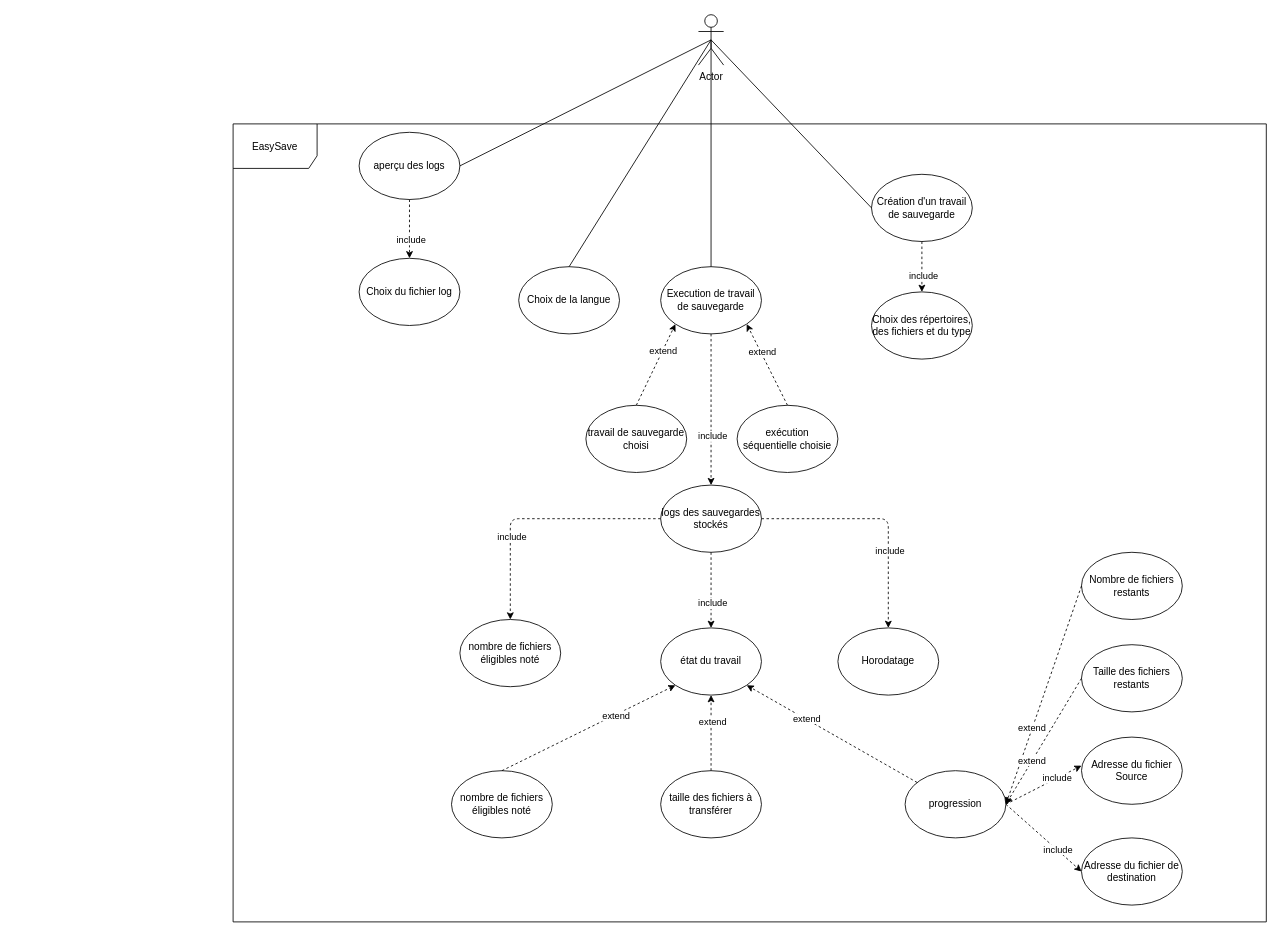
Before: Livrable 1/Use_Case_Diagram.drawio in AxokGit/ProgrammationSystemeG1, a draw.io diagram. Source tidied: cells renumbered, new cells numbered last; positions are measured from the earlier drawing's top-left corner, leaving out a move shared by most shapes. Both pictures are drawn from the tidied source at 84%, with x=0, y=0 at pixel (233, 14).
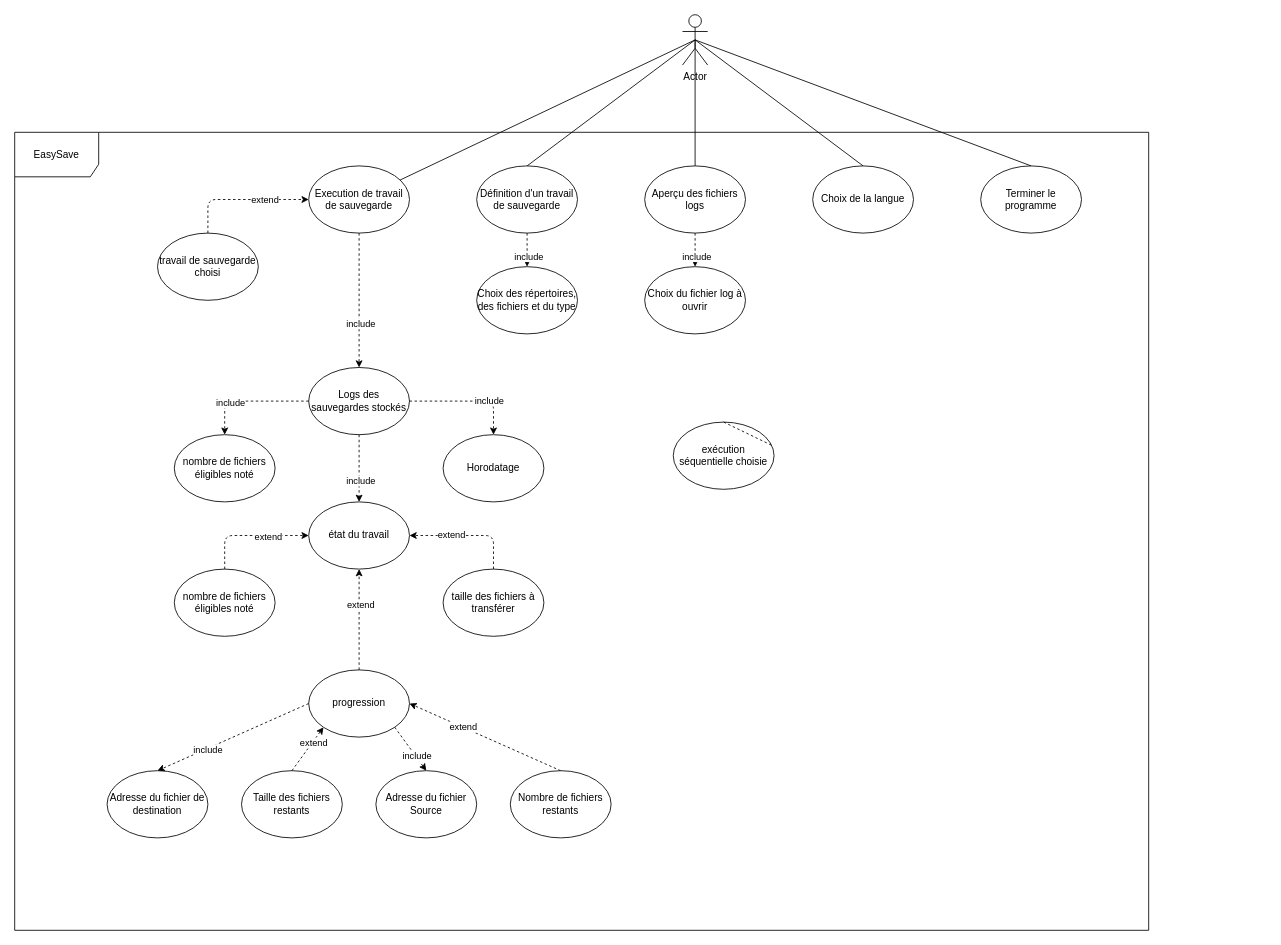
The same diagram, later.

Commit message:
Updating UseCase Diagram

Change to the diagram source:
```diff
@@
+    <mxCell id="47" value="EasySave" style="shape=umlFrame;whiteSpace=wrap;html=1;width=100;height=53;" parent="1" vertex="1">
+      <mxGeometry x="-260" y="140" width="1350" height="950" as="geometry" />
+    </mxCell>
     <mxCell id="2" value="Actor" style="shape=umlActor;verticalLabelPosition=bottom;verticalAlign=top;html=1;outlineConnect=0;" parent="1" vertex="1">
-      <mxGeometry x="554" width="30" height="60" as="geometry" />
+      <mxGeometry x="535" width="30" height="60" as="geometry" />
     </mxCell>
     <mxCell id="3" value="Choix de la langue" style="ellipse;whiteSpace=wrap;html=1;" parent="1" vertex="1">
-      <mxGeometry x="340" y="300" width="120" height="80" as="geometry" />
+      <mxGeometry x="690" y="180" width="120" height="80" as="geometry" />
     </mxCell>
@@
     <mxCell id="5" value="Execution de travail de sauvegarde" style="ellipse;whiteSpace=wrap;html=1;" parent="1" vertex="1">
-      <mxGeometry x="509" y="300" width="120" height="80" as="geometry" />
+      <mxGeometry x="90" y="180" width="120" height="80" as="geometry" />
     </mxCell>
@@
     <mxCell id="7" value="travail de sauvegarde choisi" style="ellipse;whiteSpace=wrap;html=1;" parent="1" vertex="1">
-      <mxGeometry x="420" y="465" width="120" height="80" as="geometry" />
+      <mxGeometry x="-90" y="260" width="120" height="80" as="geometry" />
     </mxCell>
     <mxCell id="8" value="exécution séquentielle choisie" style="ellipse;whiteSpace=wrap;html=1;" parent="1" vertex="1">
-      <mxGeometry x="600" y="465" width="120" height="80" as="geometry" />
+      <mxGeometry x="524" y="485" width="120" height="80" as="geometry" />
     </mxCell>
-    <mxCell id="9" value="Choix des répertoires, des fichiers et du type" style="ellipse;whiteSpace=wrap;html=1;" parent="1" vertex="1">
-      <mxGeometry x="760" y="330" width="120" height="80" as="geometry" />
-    </mxCell>
-    <mxCell id="10" value="logs des sauvegardes stockés" style="ellipse;whiteSpace=wrap;html=1;" parent="1" vertex="1">
-      <mxGeometry x="509" y="560" width="120" height="80" as="geometry" />
+    <mxCell id="10" value="Logs des sauvegardes stockés" style="ellipse;whiteSpace=wrap;html=1;" parent="1" vertex="1">
+      <mxGeometry x="90" y="420" width="120" height="80" as="geometry" />
     </mxCell>
-    <mxCell id="11" style="html=1;labelBackgroundColor=#ffffff;startArrow=none;startFill=0;startSize=6;endArrow=classic;endFill=1;endSize=6;jettySize=auto;strokeWidth=1;dashed=1;fontSize=14;exitX=0.5;exitY=0;exitDx=0;exitDy=0;entryX=0;entryY=1;entryDx=0;entryDy=0;" parent="1" edge="1" source="7" target="5">
-      <mxGeometry relative="1" as="geometry" />
+    <mxCell id="11" style="html=1;labelBackgroundColor=#ffffff;startArrow=none;startFill=0;startSize=6;endArrow=classic;endFill=1;endSize=6;jettySize=auto;strokeWidth=1;dashed=1;fontSize=14;exitX=0.5;exitY=0;exitDx=0;exitDy=0;entryX=0;entryY=0.5;entryDx=0;entryDy=0;" parent="1" edge="1" source="7" target="5">
+      <mxGeometry relative="1" as="geometry">
+        <Array as="points">
+          <mxPoint x="-30" y="220" />
+        </Array>
+      </mxGeometry>
     </mxCell>
@@
-    <mxCell id="15" style="html=1;labelBackgroundColor=#ffffff;startArrow=none;startFill=0;startSize=6;endArrow=classic;endFill=1;endSize=6;jettySize=auto;strokeWidth=1;dashed=1;fontSize=14;exitX=0.5;exitY=0;exitDx=0;exitDy=0;entryX=1;entryY=1;entryDx=0;entryDy=0;" parent="1" edge="1" source="8" target="5">
-      <mxGeometry relative="1" as="geometry" />
-    </mxCell>
-    <mxCell id="16" value="extend" style="edgeLabel;html=1;align=center;verticalAlign=middle;" parent="15" vertex="1">
-      <mxGeometry x="0.3" y="-1" relative="1" as="geometry" />
-    </mxCell>
     <mxCell id="17" value="état du travail" style="ellipse;whiteSpace=wrap;html=1;" parent="1" vertex="1">
-      <mxGeometry x="509" y="730" width="120" height="80" as="geometry" />
+      <mxGeometry x="90" y="580" width="120" height="80" as="geometry" />
     </mxCell>
@@
     <mxCell id="20" value="nombre de fichiers éligibles noté" style="ellipse;whiteSpace=wrap;html=1;" parent="1" vertex="1">
-      <mxGeometry x="270" y="720" width="120" height="80" as="geometry" />
+      <mxGeometry x="-70" y="500" width="120" height="80" as="geometry" />
     </mxCell>
     <mxCell id="21" value="Horodatage" style="ellipse;whiteSpace=wrap;html=1;" parent="1" vertex="1">
-      <mxGeometry x="720" y="730" width="120" height="80" as="geometry" />
+      <mxGeometry x="250" y="500" width="120" height="80" as="geometry" />
     </mxCell>
     <mxCell id="22" value="nombre de fichiers éligibles noté" style="ellipse;whiteSpace=wrap;html=1;" parent="1" vertex="1">
-      <mxGeometry x="260" y="900" width="120" height="80" as="geometry" />
+      <mxGeometry x="-70" y="660" width="120" height="80" as="geometry" />
     </mxCell>
     <mxCell id="23" style="html=1;labelBackgroundColor=#ffffff;startArrow=none;startFill=0;startSize=6;endArrow=classic;endFill=1;endSize=6;jettySize=auto;strokeWidth=1;dashed=1;fontSize=14;entryX=0.5;entryY=0;entryDx=0;entryDy=0;exitX=1;exitY=0.5;exitDx=0;exitDy=0;" parent="1" edge="1" source="10" target="21">
       <mxGeometry relative="1" as="geometry">
         <Array as="points">
-          <mxPoint x="780" y="600" />
+          <mxPoint x="310" y="460" />
         </Array>
       </mxGeometry>
     </mxCell>
@@
     <mxCell id="25" style="html=1;labelBackgroundColor=#ffffff;startArrow=none;startFill=0;startSize=6;endArrow=classic;endFill=1;endSize=6;jettySize=auto;strokeWidth=1;dashed=1;fontSize=14;exitX=0;exitY=0.5;exitDx=0;exitDy=0;entryX=0.5;entryY=0;entryDx=0;entryDy=0;" parent="1" edge="1" source="10" target="20">
       <mxGeometry relative="1" as="geometry">
         <Array as="points">
-          <mxPoint x="330" y="600" />
+          <mxPoint x="-10" y="460" />
         </Array>
       </mxGeometry>
     </mxCell>
@@
     <mxCell id="27" value="taille des fichiers à transférer" style="ellipse;whiteSpace=wrap;html=1;" parent="1" vertex="1">
-      <mxGeometry x="509" y="900" width="120" height="80" as="geometry" />
+      <mxGeometry x="250" y="660" width="120" height="80" as="geometry" />
     </mxCell>
     <mxCell id="28" value="progression" style="ellipse;whiteSpace=wrap;html=1;" parent="1" vertex="1">
-      <mxGeometry x="800" y="900" width="120" height="80" as="geometry" />
+      <mxGeometry x="90" y="780" width="120" height="80" as="geometry" />
     </mxCell>
-    <mxCell id="29" style="html=1;labelBackgroundColor=#ffffff;startArrow=none;startFill=0;startSize=6;endArrow=classic;endFill=1;endSize=6;jettySize=auto;strokeWidth=1;dashed=1;fontSize=14;exitX=0.5;exitY=0;exitDx=0;exitDy=0;entryX=0;entryY=1;entryDx=0;entryDy=0;" parent="1" edge="1" source="22" target="17">
-      <mxGeometry relative="1" as="geometry" />
+    <mxCell id="29" style="html=1;labelBackgroundColor=#ffffff;startArrow=none;startFill=0;startSize=6;endArrow=classic;endFill=1;endSize=6;jettySize=auto;strokeWidth=1;dashed=1;fontSize=14;exitX=0.5;exitY=0;exitDx=0;exitDy=0;entryX=0;entryY=0.5;entryDx=0;entryDy=0;" parent="1" edge="1" source="22" target="17">
+      <mxGeometry relative="1" as="geometry">
+        <Array as="points">
+          <mxPoint x="-10" y="620" />
+        </Array>
+      </mxGeometry>
     </mxCell>
@@
-    <mxCell id="31" style="html=1;labelBackgroundColor=#ffffff;startArrow=none;startFill=0;startSize=6;endArrow=classic;endFill=1;endSize=6;jettySize=auto;strokeWidth=1;dashed=1;fontSize=14;exitX=0.5;exitY=0;exitDx=0;exitDy=0;entryX=0.5;entryY=1;entryDx=0;entryDy=0;" parent="1" edge="1" source="27" target="17">
-      <mxGeometry relative="1" as="geometry" />
+    <mxCell id="31" style="html=1;labelBackgroundColor=#ffffff;startArrow=none;startFill=0;startSize=6;endArrow=classic;endFill=1;endSize=6;jettySize=auto;strokeWidth=1;dashed=1;fontSize=14;exitX=0.5;exitY=0;exitDx=0;exitDy=0;entryX=1;entryY=0.5;entryDx=0;entryDy=0;" parent="1" edge="1" source="27" target="17">
+      <mxGeometry relative="1" as="geometry">
+        <Array as="points">
+          <mxPoint x="310" y="620" />
+        </Array>
+      </mxGeometry>
     </mxCell>
@@
-    <mxCell id="33" style="html=1;labelBackgroundColor=#ffffff;startArrow=none;startFill=0;startSize=6;endArrow=classic;endFill=1;endSize=6;jettySize=auto;strokeWidth=1;dashed=1;fontSize=14;entryX=1;entryY=1;entryDx=0;entryDy=0;" parent="1" edge="1" source="28" target="17">
+    <mxCell id="33" style="html=1;labelBackgroundColor=#ffffff;startArrow=none;startFill=0;startSize=6;endArrow=classic;endFill=1;endSize=6;jettySize=auto;strokeWidth=1;dashed=1;fontSize=14;entryX=0.5;entryY=1;entryDx=0;entryDy=0;" parent="1" edge="1" source="28" target="17">
       <mxGeometry relative="1" as="geometry" />
     </mxCell>
@@
     <mxCell id="35" value="Taille des fichiers restants" style="ellipse;whiteSpace=wrap;html=1;" parent="1" vertex="1">
-      <mxGeometry x="1010" y="750" width="120" height="80" as="geometry" />
+      <mxGeometry x="10" y="900" width="120" height="80" as="geometry" />
     </mxCell>
     <mxCell id="36" value="Nombre de fichiers restants" style="ellipse;whiteSpace=wrap;html=1;" parent="1" vertex="1">
-      <mxGeometry x="1010" y="640" width="120" height="80" as="geometry" />
+      <mxGeometry x="330" y="900" width="120" height="80" as="geometry" />
     </mxCell>
     <mxCell id="37" value="Adresse du fichier Source" style="ellipse;whiteSpace=wrap;html=1;" parent="1" vertex="1">
-      <mxGeometry x="1010" y="860" width="120" height="80" as="geometry" />
+      <mxGeometry x="170" y="900" width="120" height="80" as="geometry" />
     </mxCell>
     <mxCell id="38" value="Adresse du fichier de destination" style="ellipse;whiteSpace=wrap;html=1;" parent="1" vertex="1">
-      <mxGeometry x="1010" y="980" width="120" height="80" as="geometry" />
+      <mxGeometry x="-150" y="900" width="120" height="80" as="geometry" />
     </mxCell>
-    <mxCell id="39" style="html=1;labelBackgroundColor=#ffffff;startArrow=none;startFill=0;startSize=6;endArrow=classic;endFill=1;endSize=6;jettySize=auto;strokeWidth=1;dashed=1;fontSize=14;entryX=1;entryY=0.5;entryDx=0;entryDy=0;exitX=0;exitY=0.5;exitDx=0;exitDy=0;" parent="1" edge="1" source="36" target="28">
+    <mxCell id="39" style="html=1;labelBackgroundColor=#ffffff;startArrow=none;startFill=0;startSize=6;endArrow=classic;endFill=1;endSize=6;jettySize=auto;strokeWidth=1;dashed=1;fontSize=14;entryX=1;entryY=0.5;entryDx=0;entryDy=0;exitX=0.5;exitY=0;exitDx=0;exitDy=0;" parent="1" edge="1" source="36" target="28">
       <mxGeometry relative="1" as="geometry" />
     </mxCell>
@@
-    <mxCell id="41" style="html=1;labelBackgroundColor=#ffffff;startArrow=none;startFill=0;startSize=6;endArrow=classic;endFill=1;endSize=6;jettySize=auto;strokeWidth=1;dashed=1;fontSize=14;entryX=1;entryY=0.5;entryDx=0;entryDy=0;exitX=0;exitY=0.5;exitDx=0;exitDy=0;" parent="1" edge="1" source="35" target="28">
+    <mxCell id="41" style="html=1;labelBackgroundColor=#ffffff;startArrow=none;startFill=0;startSize=6;endArrow=classic;endFill=1;endSize=6;jettySize=auto;strokeWidth=1;dashed=1;fontSize=14;entryX=0;entryY=1;entryDx=0;entryDy=0;exitX=0.5;exitY=0;exitDx=0;exitDy=0;" parent="1" edge="1" source="35" target="28">
       <mxGeometry relative="1" as="geometry" />
     </mxCell>
@@
-    <mxCell id="43" style="html=1;labelBackgroundColor=#ffffff;startArrow=none;startFill=0;startSize=6;endArrow=classic;endFill=1;endSize=6;jettySize=auto;strokeWidth=1;dashed=1;fontSize=14;exitX=1;exitY=0.5;exitDx=0;exitDy=0;entryX=0;entryY=0.5;entryDx=0;entryDy=0;" parent="1" edge="1" source="28" target="38">
+    <mxCell id="43" style="html=1;labelBackgroundColor=#ffffff;startArrow=none;startFill=0;startSize=6;endArrow=classic;endFill=1;endSize=6;jettySize=auto;strokeWidth=1;dashed=1;fontSize=14;exitX=0;exitY=0.5;exitDx=0;exitDy=0;entryX=0.5;entryY=0;entryDx=0;entryDy=0;" parent="1" edge="1" source="28" target="38">
       <mxGeometry relative="1" as="geometry" />
     </mxCell>
@@
-    <mxCell id="45" style="html=1;labelBackgroundColor=#ffffff;startArrow=none;startFill=0;startSize=6;endArrow=classic;endFill=1;endSize=6;jettySize=auto;strokeWidth=1;dashed=1;fontSize=14;exitX=1;exitY=0.5;exitDx=0;exitDy=0;entryX=0;entryY=0.425;entryDx=0;entryDy=0;entryPerimeter=0;" parent="1" edge="1" source="28" target="37">
+    <mxCell id="45" style="html=1;labelBackgroundColor=#ffffff;startArrow=none;startFill=0;startSize=6;endArrow=classic;endFill=1;endSize=6;jettySize=auto;strokeWidth=1;dashed=1;fontSize=14;exitX=1;exitY=1;exitDx=0;exitDy=0;entryX=0.5;entryY=0;entryDx=0;entryDy=0;" parent="1" edge="1" source="28" target="37">
       <mxGeometry relative="1" as="geometry" />
     </mxCell>
@@
-    <mxCell id="47" value="EasySave" style="shape=umlFrame;whiteSpace=wrap;html=1;width=100;height=53;" parent="1" vertex="1">
-      <mxGeometry y="130" width="1230" height="950" as="geometry" />
-    </mxCell>
-    <mxCell id="48" value="Création d'un travail de sauvegarde" style="ellipse;whiteSpace=wrap;html=1;" parent="1" vertex="1">
-      <mxGeometry x="760" y="190" width="120" height="80" as="geometry" />
+    <mxCell id="48" value="Définition d'un travail de sauvegarde" style="ellipse;whiteSpace=wrap;html=1;" parent="1" vertex="1">
+      <mxGeometry x="290" y="180" width="120" height="80" as="geometry" />
     </mxCell>
-    <mxCell id="49" style="endArrow=none;html=1;exitX=0;exitY=0.5;exitDx=0;exitDy=0;entryX=0.5;entryY=0.5;entryDx=0;entryDy=0;entryPerimeter=0;" parent="1" edge="1" source="48" target="2">
+    <mxCell id="49" style="endArrow=none;html=1;exitX=0.5;exitY=0;exitDx=0;exitDy=0;entryX=0.5;entryY=0.5;entryDx=0;entryDy=0;entryPerimeter=0;" parent="1" edge="1" source="48" target="2">
       <mxGeometry relative="1" as="geometry" />
     </mxCell>
@@
-    <mxCell id="52" value="aperçu des logs" style="ellipse;whiteSpace=wrap;html=1;" parent="1" vertex="1">
-      <mxGeometry x="150" y="140" width="120" height="80" as="geometry" />
+    <mxCell id="52" value="Aperçu des fichiers logs" style="ellipse;whiteSpace=wrap;html=1;" parent="1" vertex="1">
+      <mxGeometry x="490" y="180" width="120" height="80" as="geometry" />
     </mxCell>
-    <mxCell id="53" style="endArrow=none;html=1;exitX=1;exitY=0.5;exitDx=0;exitDy=0;entryX=0.5;entryY=0.5;entryDx=0;entryDy=0;entryPerimeter=0;" parent="1" edge="1" source="52" target="2">
+    <mxCell id="53" style="endArrow=none;html=1;exitX=0.5;exitY=0;exitDx=0;exitDy=0;entryX=0.5;entryY=0.5;entryDx=0;entryDy=0;entryPerimeter=0;" parent="1" edge="1" source="52" target="2">
       <mxGeometry relative="1" as="geometry" />
     </mxCell>
@@
-    <mxCell id="56" value="Choix du fichier log" style="ellipse;whiteSpace=wrap;html=1;" parent="1" vertex="1">
-      <mxGeometry x="150" y="290" width="120" height="80" as="geometry" />
+    <mxCell id="56" value="Choix du fichier log à ouvrir" style="ellipse;whiteSpace=wrap;html=1;" parent="1" vertex="1">
+      <mxGeometry x="490" y="300" width="120" height="80" as="geometry" />
     </mxCell>
+    <mxCell id="57" value="Terminer le programme" style="ellipse;whiteSpace=wrap;html=1;" parent="1" vertex="1">
+      <mxGeometry x="890" y="180" width="120" height="80" as="geometry" />
+    </mxCell>
+    <mxCell id="58" style="endArrow=none;html=1;exitX=0.5;exitY=0;exitDx=0;exitDy=0;" parent="1" edge="1" source="57">
+      <mxGeometry relative="1" as="geometry">
+        <mxPoint x="550" y="30" as="targetPoint" />
+      </mxGeometry>
+    </mxCell>
+    <mxCell id="9" value="Choix des répertoires, des fichiers et du type" style="ellipse;whiteSpace=wrap;html=1;" parent="1" vertex="1">
+      <mxGeometry x="290" y="300" width="120" height="80" as="geometry" />
+    </mxCell>
+    <mxCell id="59" style="html=1;labelBackgroundColor=#ffffff;startArrow=none;startFill=0;startSize=6;endArrow=none;endFill=1;endSize=6;jettySize=auto;orthogonalLoop=1;strokeWidth=1;dashed=1;fontSize=14;exitX=0.5;exitY=0;exitDx=0;exitDy=0;entryX=0.983;entryY=0.35;entryDx=0;entryDy=0;entryPerimeter=0;" parent="1" edge="1" source="8" target="8">
+      <mxGeometry relative="1" as="geometry" />
+    </mxCell>
```
